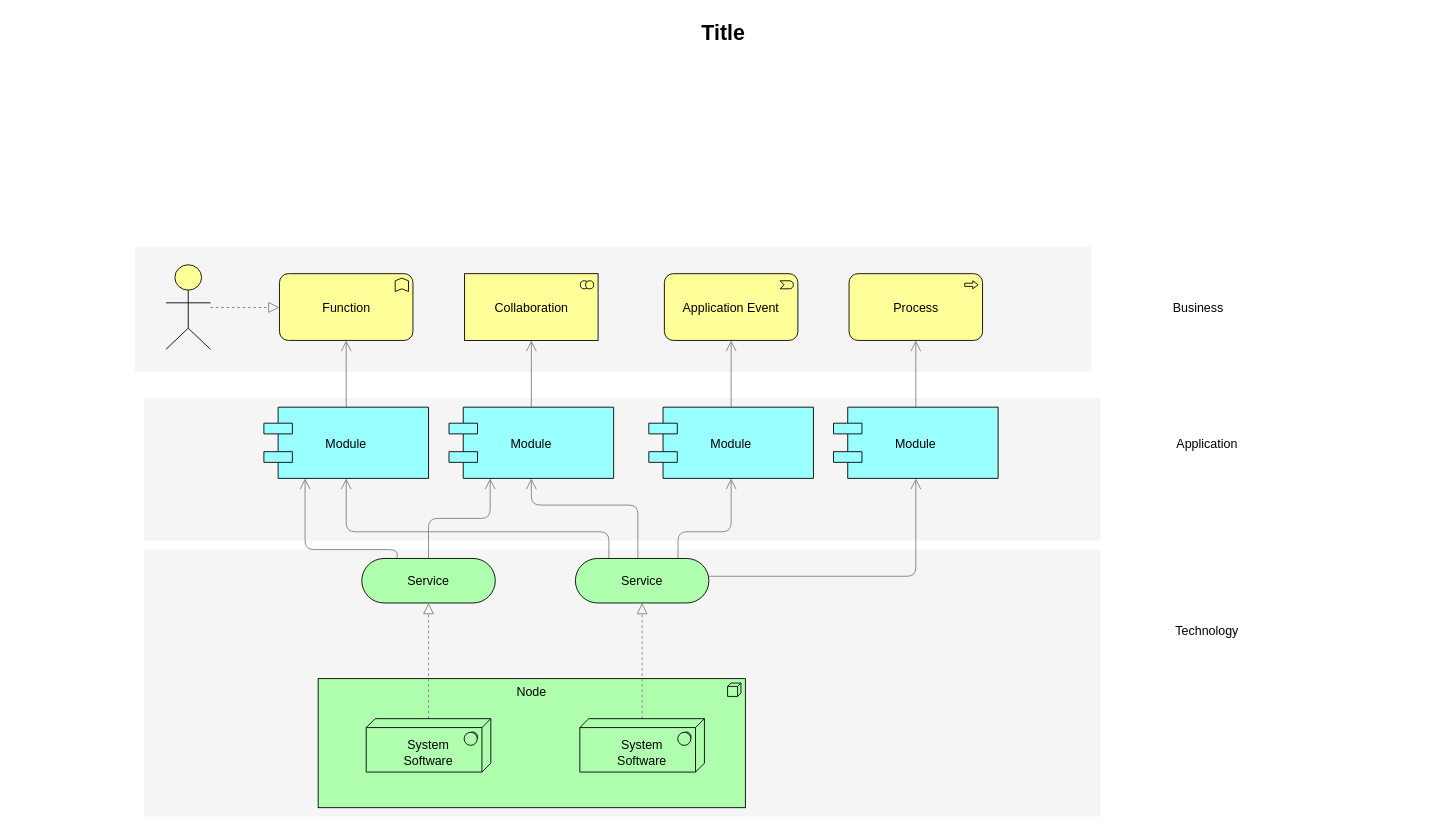
Above: Untitled Diagram.drawio in Rajakuman/flowchart (draw.io), before the change. Source tidied: cells renumbered, new cells numbered last; positions are measured from the earlier drawing's top-left corner, leaving out a move shared by most shapes. Both pictures are drawn from the tidied source at 89%, with x=0, y=0 at pixel (15, 15).
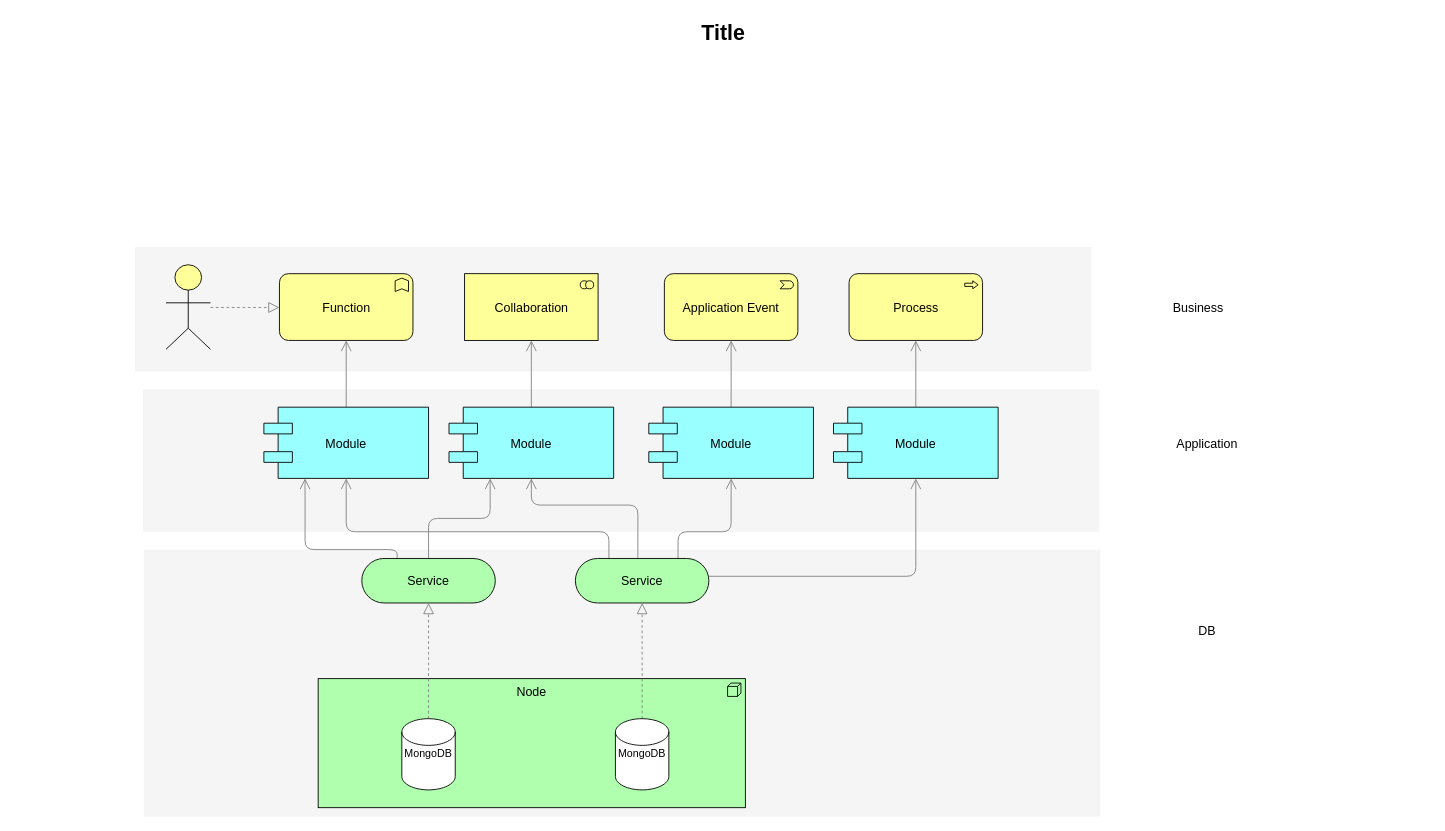
The same diagram, later.

Unchanged cells that the change refers to:
```xml
<mxCell id="12" value="Service" style="html=1;whiteSpace=wrap;fillColor=#AFFFAF;shape=mxgraph.archimate3.service;fontSize=14;" parent="1" vertex="1">
  <mxGeometry x="389" y="610" width="150" height="50" as="geometry" />
</mxCell>
<mxCell id="17" value="Service" style="html=1;whiteSpace=wrap;fillColor=#AFFFAF;shape=mxgraph.archimate3.service;fontSize=14;" parent="1" vertex="1">
  <mxGeometry x="629" y="610" width="150" height="50" as="geometry" />
</mxCell>
```

Diff of the diagram source:
```diff
@@
     <mxCell id="3" style="whiteSpace=wrap;html=1;strokeColor=none;strokeWidth=1;fillColor=#f5f5f5;fontSize=14;" parent="1" vertex="1">
-      <mxGeometry x="144" y="430" width="1075" height="160" as="geometry" />
+      <mxGeometry x="143" y="420" width="1075" height="160" as="geometry" />
     </mxCell>
@@
-    <mxCell id="6" style="edgeStyle=elbowEdgeStyle;rounded=1;elbow=vertical;html=1;startSize=10;endArrow=block;endFill=0;endSize=10;jettySize=auto;strokeColor=#808080;fontSize=14;dashed=1;" parent="1" edge="1" source="7" target="12">
-      <mxGeometry relative="1" as="geometry" />
+    <mxCell id="6" style="edgeStyle=elbowEdgeStyle;rounded=1;elbow=vertical;html=1;startSize=10;endArrow=block;endFill=0;endSize=10;jettySize=auto;strokeColor=#808080;fontSize=14;dashed=1;" parent="1" edge="1" target="12">
+      <mxGeometry relative="1" as="geometry">
+        <mxPoint x="464" y="790" as="sourcePoint" />
+      </mxGeometry>
     </mxCell>
-    <mxCell id="7" value="&lt;div&gt;&lt;br&gt;&lt;/div&gt;System&lt;div&gt;Software&lt;/div&gt;" style="html=1;whiteSpace=wrap;fillColor=#AFFFAF;shape=mxgraph.archimate3.tech;techType=sysSw;fontSize=14;" parent="1" vertex="1">
-      <mxGeometry x="394" y="790" width="140" height="60" as="geometry" />
-    </mxCell>
-    <mxCell id="8" style="edgeStyle=elbowEdgeStyle;rounded=1;elbow=vertical;html=1;startSize=10;endArrow=block;endFill=0;endSize=10;jettySize=auto;strokeColor=#808080;fontSize=14;dashed=1;" parent="1" edge="1" source="9" target="17">
+    <mxCell id="8" style="edgeStyle=elbowEdgeStyle;rounded=1;elbow=vertical;html=1;startSize=10;endArrow=block;endFill=0;endSize=10;jettySize=auto;strokeColor=#808080;fontSize=14;dashed=1;" parent="1" edge="1" source="36" target="17">
       <mxGeometry relative="1" as="geometry" />
     </mxCell>
-    <mxCell id="9" value="&lt;div&gt;&lt;br&gt;&lt;/div&gt;&lt;div&gt;&lt;span&gt;System&lt;/span&gt;&lt;div&gt;Software&lt;/div&gt;&lt;/div&gt;" style="html=1;whiteSpace=wrap;fillColor=#AFFFAF;shape=mxgraph.archimate3.tech;techType=sysSw;fontSize=14;" parent="1" vertex="1">
-      <mxGeometry x="634" y="790" width="140" height="60" as="geometry" />
-    </mxCell>
@@
-    <mxCell id="30" value="Technology" style="text;html=1;strokeColor=none;fillColor=none;align=center;verticalAlign=middle;whiteSpace=wrap;fontSize=14;" parent="1" vertex="1">
+    <mxCell id="30" value="DB" style="text;html=1;strokeColor=none;fillColor=none;align=center;verticalAlign=middle;whiteSpace=wrap;fontSize=14;" parent="1" vertex="1">
       <mxGeometry x="1219" y="681" width="240" height="20" as="geometry" />
     </mxCell>
@@
+    <mxCell id="36" value="MongoDB" style="shape=cylinder2;whiteSpace=wrap;html=1;boundedLbl=1;backgroundOutline=1;size=15;" parent="1" vertex="1">
+      <mxGeometry x="674" y="790" width="60" height="80" as="geometry" />
+    </mxCell>
+    <mxCell id="37" value="MongoDB" style="shape=cylinder2;whiteSpace=wrap;html=1;boundedLbl=1;backgroundOutline=1;size=15;" parent="1" vertex="1">
+      <mxGeometry x="434" y="790" width="60" height="80" as="geometry" />
+    </mxCell>
```
